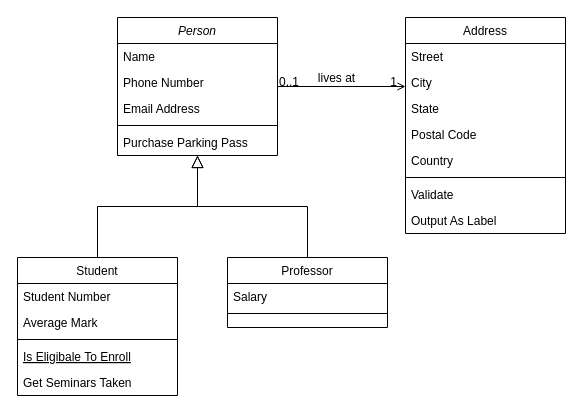
This is Untitled Diagram.drawio from obsidianhead/mobile-diagrams, a draw.io file, before an edit. Source tidied: cells renumbered, new cells numbered last; positions are measured from the earlier drawing's top-left corner, leaving out a move shared by most shapes. Both pictures are drawn from the tidied source at 100%, with x=0, y=0 at pixel (17, 17).
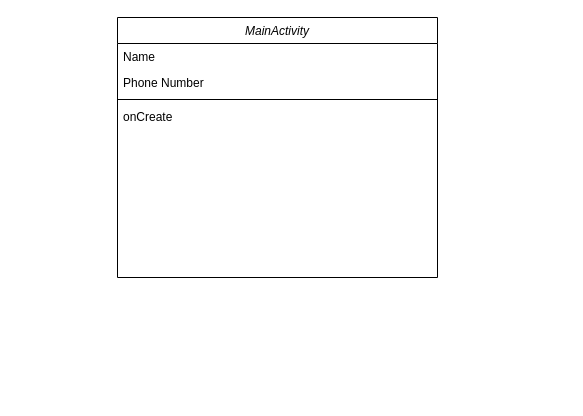
The same page after the edit.

Change to the diagram source:
```diff
@@
-    <mxCell id="2" value="Person" style="swimlane;fontStyle=2;align=center;verticalAlign=top;horizontal=1;startSize=26;rounded=0;shadow=0;strokeWidth=1;" parent="1" vertex="1">
-      <mxGeometry x="100" width="160" height="138" as="geometry" />
+    <mxCell id="2" value="MainActivity" style="swimlane;fontStyle=2;align=center;verticalAlign=top;horizontal=1;startSize=26;rounded=0;shadow=0;strokeWidth=1;" parent="1" vertex="1">
+      <mxGeometry x="100" width="320" height="260" as="geometry" />
     </mxCell>
     <mxCell id="3" value="Name" style="text;align=left;verticalAlign=top;spacingLeft=4;spacingRight=4;overflow=hidden;" parent="2" vertex="1">
-      <mxGeometry y="26" width="160" height="26" as="geometry" />
+      <mxGeometry y="26" width="320" height="26" as="geometry" />
     </mxCell>
     <mxCell id="4" value="Phone Number" style="text;align=left;verticalAlign=top;spacingLeft=4;spacingRight=4;overflow=hidden;rounded=0;shadow=0;html=0;" parent="2" vertex="1">
-      <mxGeometry y="52" width="160" height="26" as="geometry" />
+      <mxGeometry y="52" width="320" height="26" as="geometry" />
     </mxCell>
-    <mxCell id="5" value="Email Address" style="text;align=left;verticalAlign=top;spacingLeft=4;spacingRight=4;overflow=hidden;rounded=0;shadow=0;html=0;" parent="2" vertex="1">
-      <mxGeometry y="78" width="160" height="26" as="geometry" />
-    </mxCell>
     <mxCell id="6" style="line;html=1;strokeWidth=1;align=left;verticalAlign=middle;spacingTop=-1;spacingLeft=3;spacingRight=3;labelPosition=right;" parent="2" vertex="1">
-      <mxGeometry y="104" width="160" height="8" as="geometry" />
+      <mxGeometry y="78" width="320" height="8" as="geometry" />
     </mxCell>
-    <mxCell id="7" value="Purchase Parking Pass" style="text;align=left;verticalAlign=top;spacingLeft=4;spacingRight=4;overflow=hidden;" parent="2" vertex="1">
-      <mxGeometry y="112" width="160" height="26" as="geometry" />
+    <mxCell id="7" value="onCreate" style="text;align=left;verticalAlign=top;spacingLeft=4;spacingRight=4;overflow=hidden;" parent="2" vertex="1">
+      <mxGeometry y="86" width="320" height="26" as="geometry" />
     </mxCell>
-    <mxCell id="8" value="Student" style="swimlane;fontStyle=0;align=center;verticalAlign=top;horizontal=1;startSize=26;rounded=0;shadow=0;strokeWidth=1;" parent="1" vertex="1">
-      <mxGeometry y="240" width="160" height="138" as="geometry" />
-    </mxCell>
-    <mxCell id="9" value="Student Number" style="text;align=left;verticalAlign=top;spacingLeft=4;spacingRight=4;overflow=hidden;" parent="8" vertex="1">
-      <mxGeometry y="26" width="160" height="26" as="geometry" />
-    </mxCell>
-    <mxCell id="10" value="Average Mark" style="text;align=left;verticalAlign=top;spacingLeft=4;spacingRight=4;overflow=hidden;rounded=0;shadow=0;html=0;" parent="8" vertex="1">
-      <mxGeometry y="52" width="160" height="26" as="geometry" />
-    </mxCell>
-    <mxCell id="11" style="line;html=1;strokeWidth=1;align=left;verticalAlign=middle;spacingTop=-1;spacingLeft=3;spacingRight=3;labelPosition=right;" parent="8" vertex="1">
-      <mxGeometry y="78" width="160" height="8" as="geometry" />
-    </mxCell>
-    <mxCell id="12" value="Is Eligibale To Enroll" style="text;align=left;verticalAlign=top;spacingLeft=4;spacingRight=4;overflow=hidden;fontStyle=4;" parent="8" vertex="1">
-      <mxGeometry y="86" width="160" height="26" as="geometry" />
-    </mxCell>
-    <mxCell id="13" value="Get Seminars Taken" style="text;align=left;verticalAlign=top;spacingLeft=4;spacingRight=4;overflow=hidden;" parent="8" vertex="1">
-      <mxGeometry y="112" width="160" height="26" as="geometry" />
-    </mxCell>
-    <mxCell id="14" style="endArrow=block;endSize=10;endFill=0;shadow=0;strokeWidth=1;rounded=0;edgeStyle=elbowEdgeStyle;elbow=vertical;" parent="1" edge="1" source="8" target="2">
-      <mxGeometry relative="1" as="geometry" />
-    </mxCell>
-    <mxCell id="15" value="Professor" style="swimlane;fontStyle=0;align=center;verticalAlign=top;horizontal=1;startSize=26;rounded=0;shadow=0;strokeWidth=1;" parent="1" vertex="1">
-      <mxGeometry x="210" y="240" width="160" height="70" as="geometry" />
-    </mxCell>
-    <mxCell id="16" value="Salary" style="text;align=left;verticalAlign=top;spacingLeft=4;spacingRight=4;overflow=hidden;" parent="15" vertex="1">
-      <mxGeometry y="26" width="160" height="26" as="geometry" />
-    </mxCell>
-    <mxCell id="17" style="line;html=1;strokeWidth=1;align=left;verticalAlign=middle;spacingTop=-1;spacingLeft=3;spacingRight=3;labelPosition=right;" parent="15" vertex="1">
-      <mxGeometry y="52" width="160" height="8" as="geometry" />
-    </mxCell>
-    <mxCell id="18" style="endArrow=block;endSize=10;endFill=0;shadow=0;strokeWidth=1;rounded=0;edgeStyle=elbowEdgeStyle;elbow=vertical;" parent="1" edge="1" source="15" target="2">
-      <mxGeometry relative="1" as="geometry" />
-    </mxCell>
-    <mxCell id="19" value="Address" style="swimlane;fontStyle=0;align=center;verticalAlign=top;horizontal=1;startSize=26;rounded=0;shadow=0;strokeWidth=1;" parent="1" vertex="1">
-      <mxGeometry x="388" width="160" height="216" as="geometry" />
-    </mxCell>
-    <mxCell id="20" value="Street" style="text;align=left;verticalAlign=top;spacingLeft=4;spacingRight=4;overflow=hidden;" parent="19" vertex="1">
-      <mxGeometry y="26" width="160" height="26" as="geometry" />
-    </mxCell>
-    <mxCell id="21" value="City" style="text;align=left;verticalAlign=top;spacingLeft=4;spacingRight=4;overflow=hidden;rounded=0;shadow=0;html=0;" parent="19" vertex="1">
-      <mxGeometry y="52" width="160" height="26" as="geometry" />
-    </mxCell>
-    <mxCell id="22" value="State" style="text;align=left;verticalAlign=top;spacingLeft=4;spacingRight=4;overflow=hidden;rounded=0;shadow=0;html=0;" parent="19" vertex="1">
-      <mxGeometry y="78" width="160" height="26" as="geometry" />
-    </mxCell>
-    <mxCell id="23" value="Postal Code" style="text;align=left;verticalAlign=top;spacingLeft=4;spacingRight=4;overflow=hidden;rounded=0;shadow=0;html=0;" parent="19" vertex="1">
-      <mxGeometry y="104" width="160" height="26" as="geometry" />
-    </mxCell>
-    <mxCell id="24" value="Country" style="text;align=left;verticalAlign=top;spacingLeft=4;spacingRight=4;overflow=hidden;rounded=0;shadow=0;html=0;" parent="19" vertex="1">
-      <mxGeometry y="130" width="160" height="26" as="geometry" />
-    </mxCell>
-    <mxCell id="25" style="line;html=1;strokeWidth=1;align=left;verticalAlign=middle;spacingTop=-1;spacingLeft=3;spacingRight=3;labelPosition=right;" parent="19" vertex="1">
-      <mxGeometry y="156" width="160" height="8" as="geometry" />
-    </mxCell>
-    <mxCell id="26" value="Validate" style="text;align=left;verticalAlign=top;spacingLeft=4;spacingRight=4;overflow=hidden;" parent="19" vertex="1">
-      <mxGeometry y="164" width="160" height="26" as="geometry" />
-    </mxCell>
-    <mxCell id="27" value="Output As Label" style="text;align=left;verticalAlign=top;spacingLeft=4;spacingRight=4;overflow=hidden;" parent="19" vertex="1">
-      <mxGeometry y="190" width="160" height="26" as="geometry" />
-    </mxCell>
-    <mxCell id="28" style="endArrow=open;shadow=0;strokeWidth=1;rounded=0;endFill=1;edgeStyle=elbowEdgeStyle;elbow=vertical;" parent="1" edge="1" source="2" target="19">
-      <mxGeometry x="0.5" y="41" relative="1" as="geometry">
-        <mxPoint x="-40" y="32" as="offset" />
-      </mxGeometry>
-    </mxCell>
-    <mxCell id="29" value="0..1" style="align=left;verticalAlign=bottom;labelBackgroundColor=none;fontSize=12;" parent="28" vertex="1">
-      <mxGeometry x="-1" relative="1" as="geometry">
-        <mxPoint y="4" as="offset" />
-      </mxGeometry>
-    </mxCell>
-    <mxCell id="30" value="1" style="align=right;verticalAlign=bottom;labelBackgroundColor=none;fontSize=12;" parent="28" vertex="1">
-      <mxGeometry x="1" relative="1" as="geometry">
-        <mxPoint x="-7" y="4" as="offset" />
-      </mxGeometry>
-    </mxCell>
-    <mxCell id="31" value="lives at" style="text;html=1;align=center;verticalAlign=middle;labelBackgroundColor=none;rounded=0;shadow=0;strokeWidth=1;fontSize=12;" parent="28" vertex="1">
-      <mxGeometry x="0.5" y="49" relative="1" as="geometry">
-        <mxPoint x="-38" y="40" as="offset" />
-      </mxGeometry>
-    </mxCell>
```
